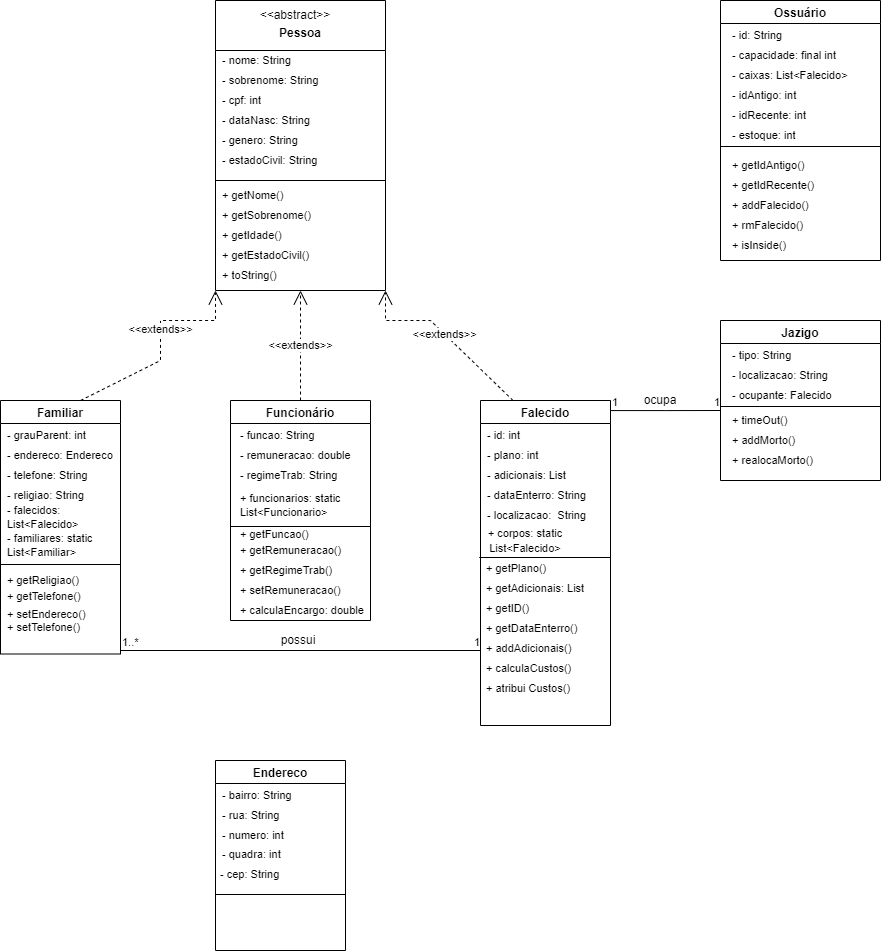
Above: Diagrama_cemiterio.png in cemiterioPOO/Cemiterio (draw.io), before the change. Source tidied: cells renumbered, new cells last; positions are measured from the earlier drawing's top-left corner, leaving out a move shared by most shapes.
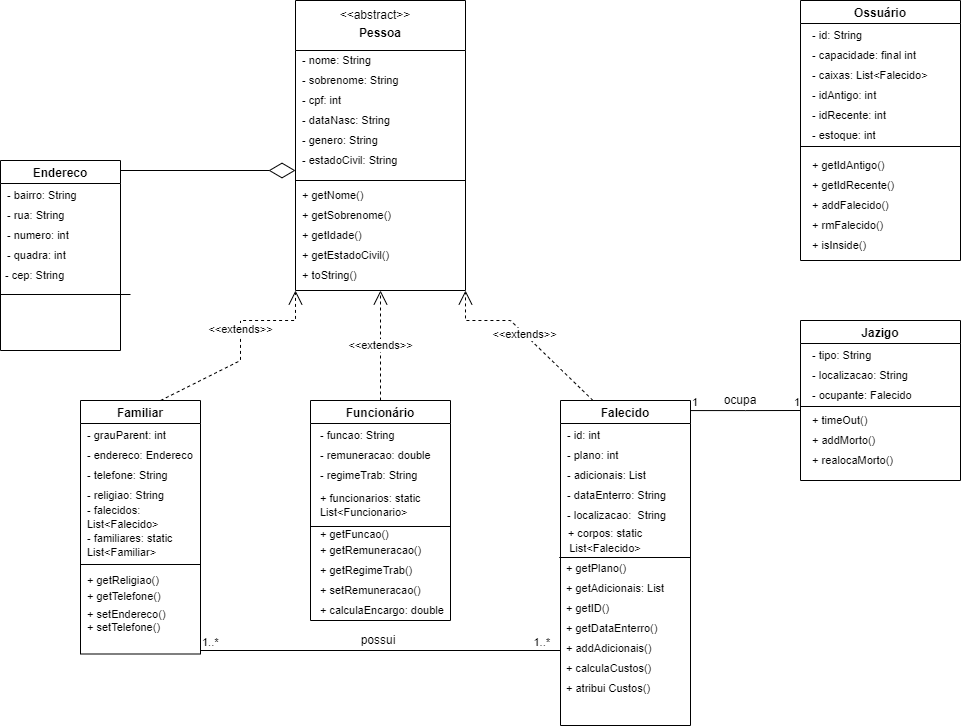
After the change.

What changed in the source:
```diff
@@ -256,7 +256,7 @@
       <mxGeometry x="1" relative="1" as="geometry" />
     </mxCell>
     <mxCell id="81" value="Endereco" style="swimlane;" parent="1" vertex="1">
-      <mxGeometry x="215" y="760" width="130" height="190" as="geometry" />
+      <mxGeometry x="-80" y="160" width="120" height="190" as="geometry" />
     </mxCell>
     <mxCell id="82" style="line;strokeWidth=1;fillColor=none;align=left;verticalAlign=middle;spacingTop=-1;spacingLeft=3;spacingRight=3;labelPosition=right;fontSize=11;" parent="81" vertex="1">
       <mxGeometry y="130" width="130" height="8" as="geometry" />
@@ -292,13 +292,19 @@
     <mxCell id="90" value="1..*" style="edgeLabel;html=1;align=left;verticalAlign=bottom;" parent="89" vertex="1">
       <mxGeometry x="-1" relative="1" as="geometry" />
     </mxCell>
-    <mxCell id="91" value="1" style="edgeLabel;html=1;align=right;verticalAlign=bottom;" parent="89" vertex="1">
+    <mxCell id="91" value="1..*" style="edgeLabel;html=1;align=right;verticalAlign=bottom;" parent="89" vertex="1">
       <mxGeometry x="1" relative="1" as="geometry">
-        <mxPoint y="-10" as="offset" />
+        <mxPoint x="-10" y="-10" as="offset" />
       </mxGeometry>
     </mxCell>
     <mxCell id="92" value="possui" style="text;html=1;strokeColor=none;fillColor=none;align=center;verticalAlign=middle;whiteSpace=wrap;rounded=0;" parent="1" vertex="1">
       <mxGeometry x="267.5" y="620" width="60" height="40" as="geometry" />
     </mxCell>
+    <mxCell id="93" style="endArrow=diamondThin;endFill=0;endSize=24;html=1;rounded=0;" parent="1" edge="1">
+      <mxGeometry relative="1" as="geometry">
+        <mxPoint x="40" y="170" as="sourcePoint" />
+        <mxPoint x="215" y="170" as="targetPoint" />
+      </mxGeometry>
+    </mxCell>
   </root>
 </mxGraphModel>
```
